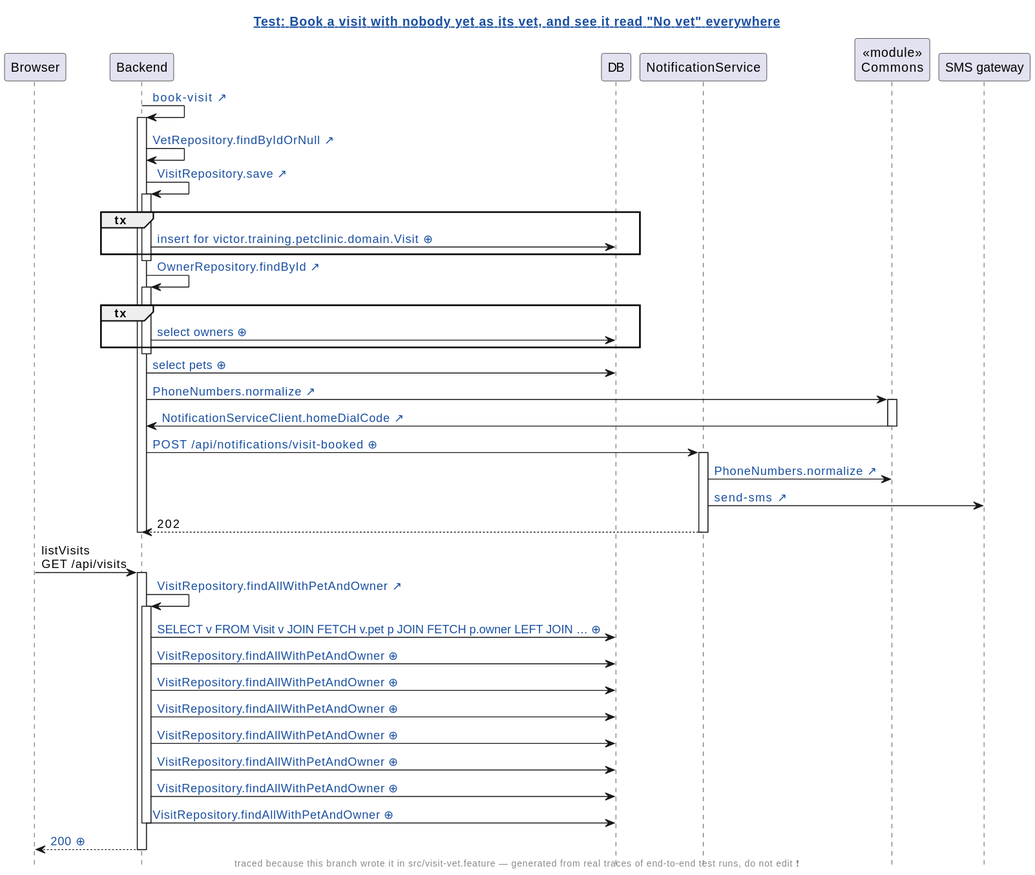
Earlier version of the PlantUML export demo/demo/assets/diagrams/petclinic-test_generated_visit-vet.feature.book-a-visit-with-nobody-yet-as-its-vet-and-see-it-read-no-vet-everywhere.genseq.diff.svg (AgustinOliver98/human-review).
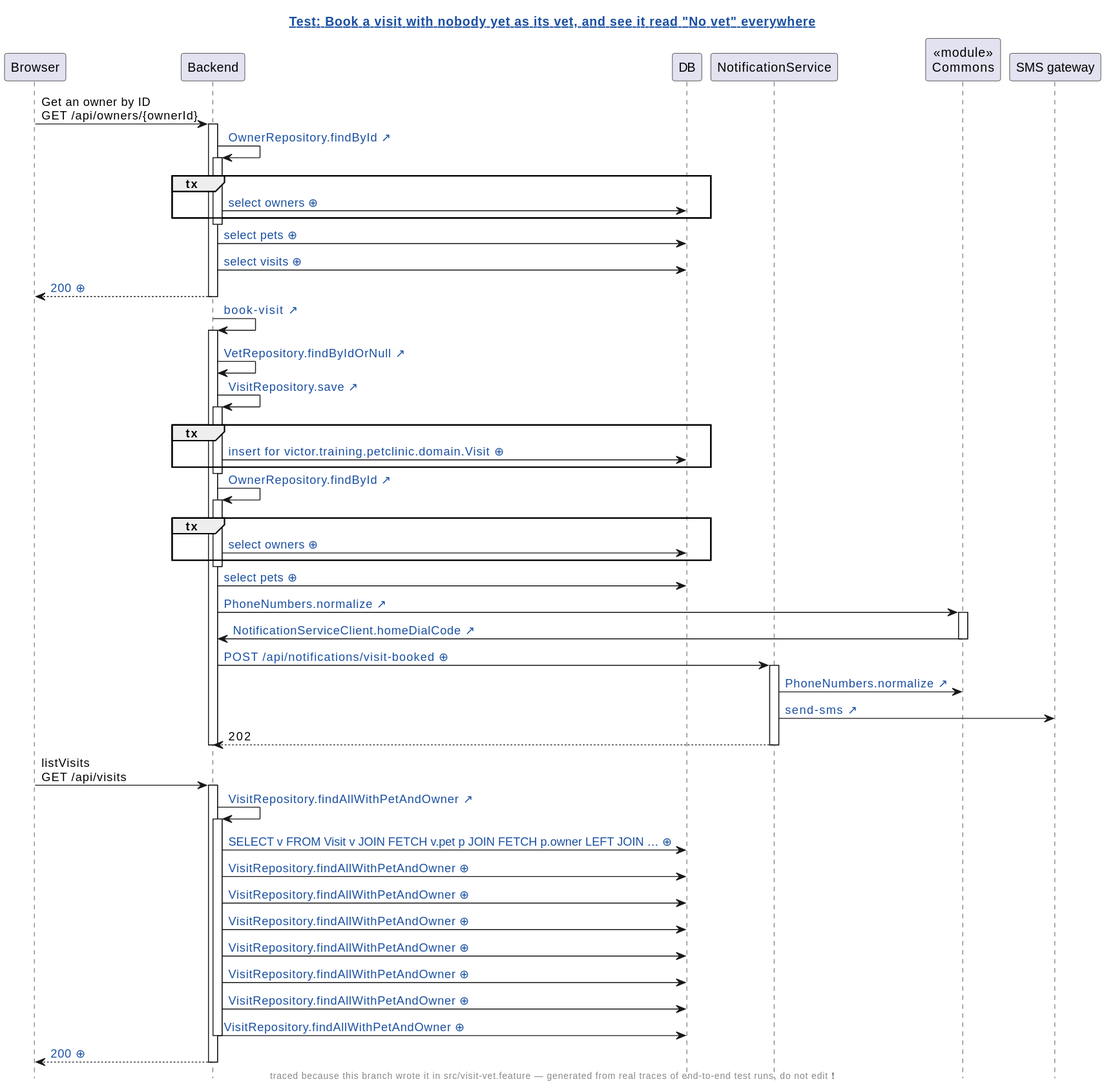
The same diagram one commit later.

The edit, as a diff of the source:
```diff
@@ -2,7 +2,7 @@
 hide footbox
 skinparam hyperlinkUnderline false
 skinparam hyperlinkColor #1A4FA0
-title [[src://petclinic-test/src/visit-vet.feature:20{Click to open the test} Test: Book a visit with nobody yet as its vet, and see it read "No vet" everywhere]]
+title [[src://petclinic-test/src/visit-vet.feature:22{Click to open the test} Test: Book a visit with nobody yet as its vet, and see it read "No vet" everywhere]]
 footer traced because this branch wrote it in src/visit-vet.feature — generated from real traces of end-to-end test runs, do not edit ❗
 participant Browser
 participant Backend
@@ -10,13 +10,25 @@
 participant NotificationService
 participant "«module»\nCommons" as Commons
 participant "SMS gateway"
+Browser -> Backend: Get an owner by ID\nGET /api/owners/{ownerId}
+activate Backend
+Backend -> Backend: [[src://petclinic-backend/src/main/java/victor/training/petclinic/repository/OwnerRepository.java:14{Click to open OwnerRepository.findById} OwnerRepository.findById ↗]]
+activate Backend
+group tx
+Backend -> DB: [[genseq://0x8aana{Click for the statement behind this call} select owners ⊕]]
+end
+deactivate Backend
+Backend -> DB: [[genseq://18567ho{Click for the statement behind this call} select pets ⊕]]
+Backend -> DB: [[genseq://1eq1h2q{Click for the statement behind this call} select visits ⊕]]
+Backend --> Browser: [[genseq://1bhasc1{Click for this call’s JSON body} 200 ⊕]]
+deactivate Backend
 Backend -> Backend: [[src://petclinic-backend/src/main/java/victor/training/petclinic/rest/OwnerRestController.java:193{Click to open OwnerRestController.bookVisit} book-visit ↗]]
 activate Backend
 Backend -> Backend: [[src://petclinic-backend/src/main/java/victor/training/petclinic/repository/VetRepository.java:19{Click to open VetRepository.findByIdOrNull} VetRepository.findByIdOrNull ↗]]
 Backend -> Backend: [[src://petclinic-backend/src/main/java/victor/training/petclinic/repository/VisitRepository.java:14{Click to open VisitRepository.save} VisitRepository.save ↗]]
 activate Backend
 group tx
-Backend -> DB: [[genseq://0kgt5c2{Click for the statement behind this call} insert for victor.training.petclinic.domain.Visit ⊕]]
+Backend -> DB: [[genseq://1qneoom{Click for the statement behind this call} insert for victor.training.petclinic.domain.Visit ⊕]]
 end
 deactivate Backend
 Backend -> Backend: [[src://petclinic-backend/src/main/java/victor/training/petclinic/repository/OwnerRepository.java:14{Click to open OwnerRepository.findById} OwnerRepository.findById ↗]]
```
